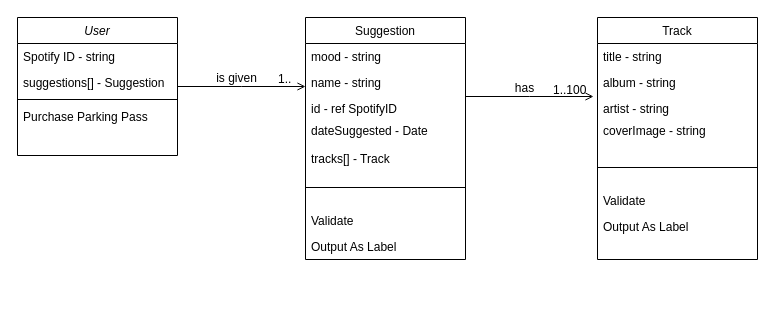
The draw.io diagram Untitled Diagram.drawio in shreya-arjun/404Found...ers, before the edit. Source tidied: cells renumbered, new cells numbered last; positions are measured from the earlier drawing's top-left corner, leaving out a move shared by most shapes. Both pictures are drawn from the tidied source at 100%, with x=0, y=0 at pixel (17, 17).
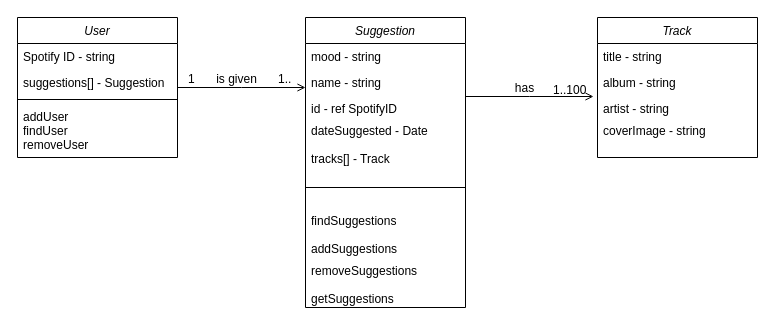
After the change.

Diff of the diagram source:
```diff
@@
     <mxCell id="2" value="User" style="swimlane;fontStyle=2;align=center;verticalAlign=top;horizontal=1;startSize=26;rounded=0;shadow=0;strokeWidth=1;" parent="1" vertex="1">
-      <mxGeometry width="160" height="138" as="geometry" />
+      <mxGeometry width="160" height="140" as="geometry" />
     </mxCell>
@@
-    <mxCell id="6" value="Purchase Parking Pass" style="text;align=left;verticalAlign=top;spacingLeft=4;spacingRight=4;overflow=hidden;" parent="2" vertex="1">
-      <mxGeometry y="86" width="160" height="26" as="geometry" />
+    <mxCell id="6" value="addUser&#10;findUser&#10;removeUser&#10;" style="text;align=left;verticalAlign=top;spacingLeft=4;spacingRight=4;overflow=hidden;" parent="2" vertex="1">
+      <mxGeometry y="86" width="160" height="54" as="geometry" />
     </mxCell>
-    <mxCell id="7" value="Suggestion" style="swimlane;fontStyle=0;align=center;verticalAlign=top;horizontal=1;startSize=26;rounded=0;shadow=0;strokeWidth=1;" parent="1" vertex="1">
-      <mxGeometry x="288" width="160" height="242" as="geometry" />
+    <mxCell id="7" value="Suggestion" style="swimlane;fontStyle=2;align=center;verticalAlign=top;horizontal=1;startSize=26;rounded=0;shadow=0;strokeWidth=1;" parent="1" vertex="1">
+      <mxGeometry x="288" width="160" height="290" as="geometry" />
     </mxCell>
@@
-    <mxCell id="13" value="Validate" style="text;align=left;verticalAlign=top;spacingLeft=4;spacingRight=4;overflow=hidden;" parent="7" vertex="1">
-      <mxGeometry y="190" width="160" height="26" as="geometry" />
+    <mxCell id="13" value="findSuggestions&#10;&#10;addSuggestions" style="text;align=left;verticalAlign=top;spacingLeft=4;spacingRight=4;overflow=hidden;" parent="7" vertex="1">
+      <mxGeometry y="190" width="160" height="50" as="geometry" />
     </mxCell>
-    <mxCell id="14" value="Output As Label" style="text;align=left;verticalAlign=top;spacingLeft=4;spacingRight=4;overflow=hidden;" parent="7" vertex="1">
-      <mxGeometry y="216" width="160" height="26" as="geometry" />
+    <mxCell id="14" value="removeSuggestions&#10;&#10;getSuggestions" style="text;align=left;verticalAlign=top;spacingLeft=4;spacingRight=4;overflow=hidden;" parent="7" vertex="1">
+      <mxGeometry y="240" width="160" height="50" as="geometry" />
     </mxCell>
@@
-    <mxCell id="19" value="Track" style="swimlane;fontStyle=0;align=center;verticalAlign=top;horizontal=1;startSize=26;rounded=0;shadow=0;strokeWidth=1;" parent="1" vertex="1">
-      <mxGeometry x="580" width="160" height="242" as="geometry" />
+    <mxCell id="19" value="Track" style="swimlane;fontStyle=2;align=center;verticalAlign=top;horizontal=1;startSize=26;rounded=0;shadow=0;strokeWidth=1;" parent="1" vertex="1">
+      <mxGeometry x="580" width="160" height="140" as="geometry" />
     </mxCell>
@@
-    <mxCell id="24" style="line;html=1;strokeWidth=1;align=left;verticalAlign=middle;spacingTop=-1;spacingLeft=3;spacingRight=3;labelPosition=right;" parent="19" vertex="1">
-      <mxGeometry y="130" width="160" height="40" as="geometry" />
-    </mxCell>
-    <mxCell id="25" value="Validate" style="text;align=left;verticalAlign=top;spacingLeft=4;spacingRight=4;overflow=hidden;" parent="19" vertex="1">
-      <mxGeometry y="170" width="160" height="26" as="geometry" />
-    </mxCell>
-    <mxCell id="26" value="Output As Label" style="text;align=left;verticalAlign=top;spacingLeft=4;spacingRight=4;overflow=hidden;" parent="19" vertex="1">
-      <mxGeometry y="196" width="160" height="26" as="geometry" />
-    </mxCell>
@@
+    <mxCell id="33" value="1" style="text;align=left;verticalAlign=top;spacingLeft=4;spacingRight=4;overflow=hidden;rounded=0;shadow=0;html=0;" parent="1" vertex="1">
+      <mxGeometry x="165" y="48" width="57" height="33" as="geometry" />
+    </mxCell>
```
